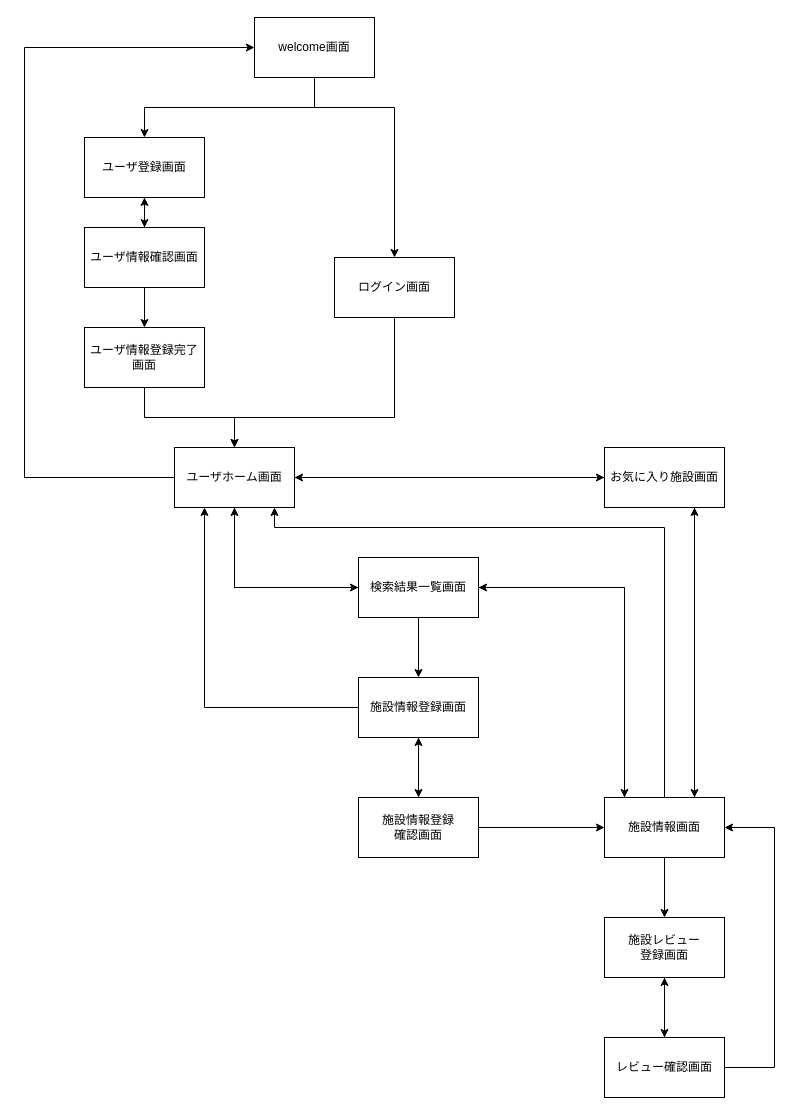
Above: work/画面遷移.drawio in RyoyaS/solog (draw.io), before the change. Source tidied: cells renumbered, new cells numbered last; positions are measured from the earlier drawing's top-left corner, leaving out a move shared by most shapes. Both pictures are drawn from the tidied source at 100%, with x=0, y=0 at pixel (24, 17).
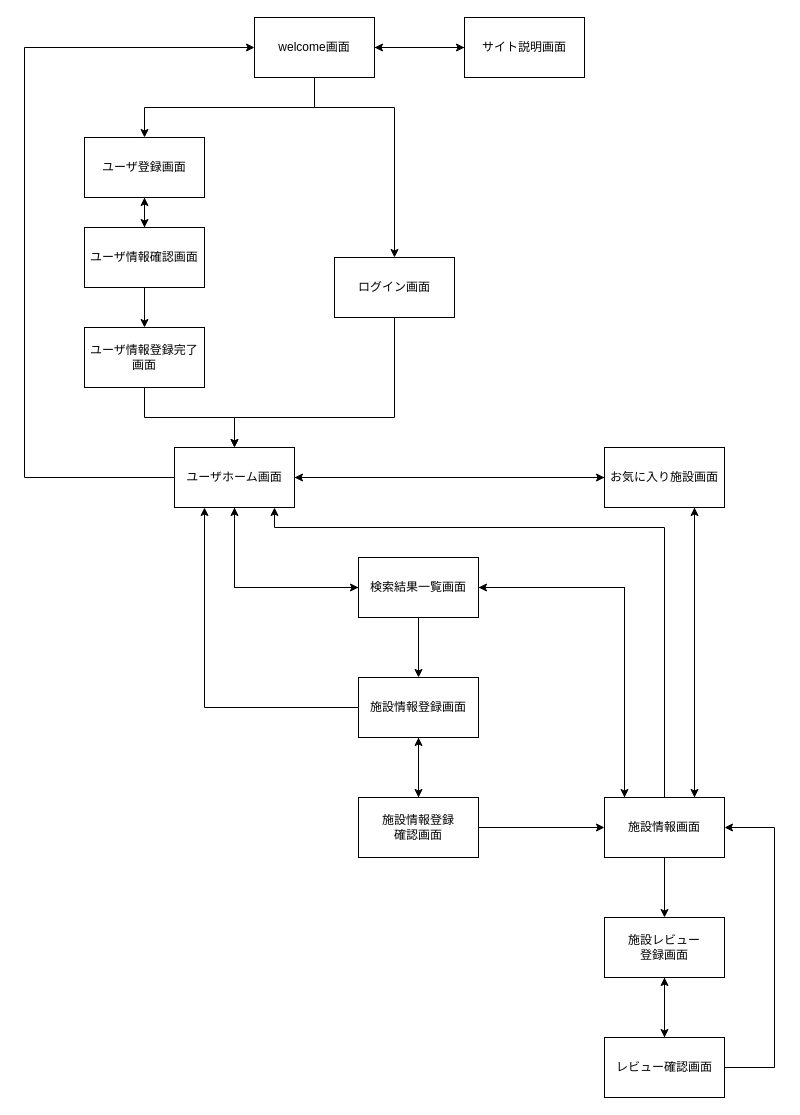
The same diagram, later.

The change refers to these unchanged cells:
```xml
<mxCell id="14" value="welcome画面" style="rounded=0;whiteSpace=wrap;html=1;" parent="1" vertex="1">
  <mxGeometry x="230" width="120" height="60" as="geometry" />
</mxCell>
```

The edit, as a diff of the source:
```diff
@@
+    <mxCell id="43" style="edgeStyle=orthogonalEdgeStyle;rounded=0;jettySize=auto;html=1;" parent="1" edge="1" source="14" target="45">
+      <mxGeometry relative="1" as="geometry" />
+    </mxCell>
@@
+    <mxCell id="44" style="edgeStyle=orthogonalEdgeStyle;rounded=0;jettySize=auto;html=1;" parent="1" edge="1" source="45" target="14">
+      <mxGeometry relative="1" as="geometry" />
+    </mxCell>
+    <mxCell id="45" value="サイト説明画面" style="rounded=0;whiteSpace=wrap;html=1;" parent="1" vertex="1">
+      <mxGeometry x="440" width="120" height="60" as="geometry" />
+    </mxCell>
```
